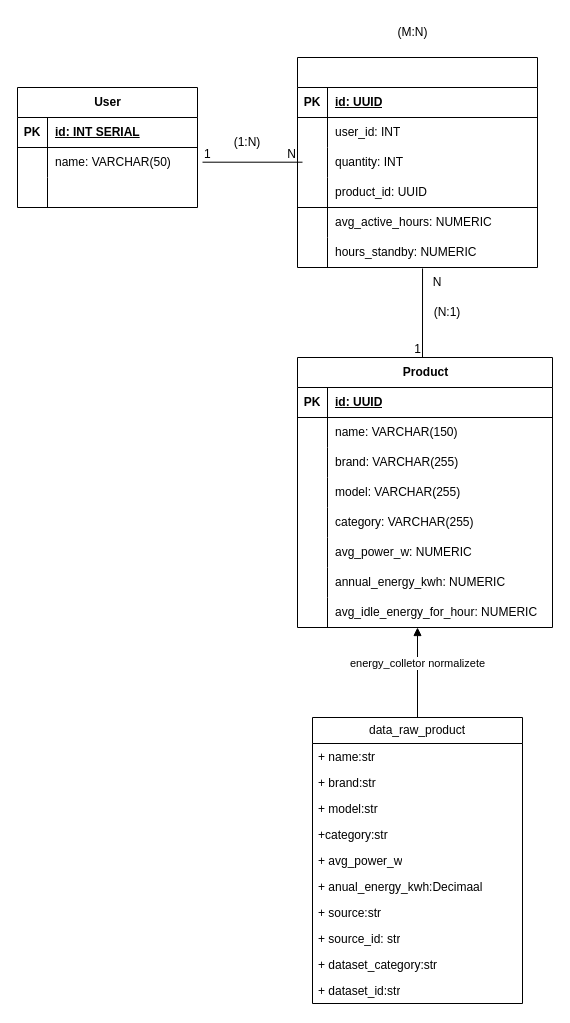
Earlier version of the draw.io diagram docs/arquiteture.drawio (QuittoGames/Ampares-InterCanneloMarques). Source tidied: cells renumbered, new cells numbered last; positions are measured from the earlier drawing's top-left corner, leaving out a move shared by most shapes. Both pictures are drawn from the tidied source at 100%, with x=0, y=0 at pixel (17, 17).
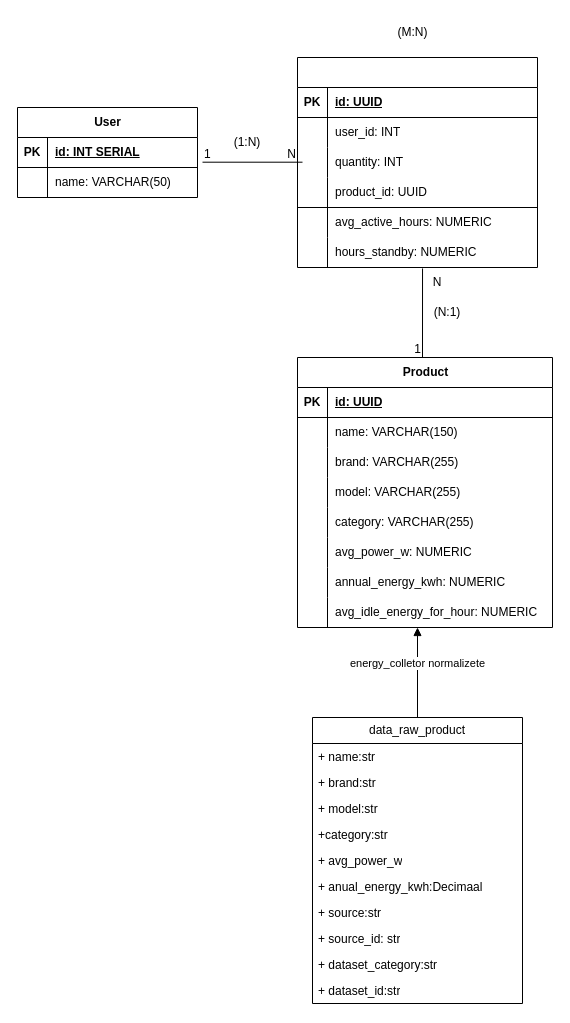
The same diagram, later.

Commit message:
chore(docs): update architecture diagram dimensions and remove unused elements

The edit, as a diff of the source:
```diff
@@
     <mxCell id="2" value="User" style="shape=table;startSize=30;childLayout=tableLayout;rowLines=0;fontStyle=1;align=center;html=1;" parent="1" vertex="1">
-      <mxGeometry y="70" width="180" height="120" as="geometry" />
+      <mxGeometry y="90" width="180" height="90" as="geometry" />
     </mxCell>
@@
-    <mxCell id="9" style="shape=tableRow;horizontal=0;startSize=0;swimlaneHead=0;swimlaneBody=0;fillColor=none;top=0;left=0;right=0;bottom=0;" parent="2" vertex="1">
-      <mxGeometry y="90" width="180" height="30" as="geometry" />
-    </mxCell>
-    <mxCell id="10" style="shape=partialRectangle;fillColor=none;top=0;left=0;bottom=0;right=0;overflow=hidden;whiteSpace=wrap;html=1;" parent="9" vertex="1">
-      <mxGeometry width="30" height="30" as="geometry" />
-    </mxCell>
-    <mxCell id="11" style="shape=partialRectangle;fillColor=none;top=0;left=0;bottom=0;right=0;align=left;spacingLeft=6;overflow=hidden;whiteSpace=wrap;html=1;" parent="9" vertex="1">
-      <mxGeometry x="30" width="150" height="30" as="geometry" />
-    </mxCell>
```
